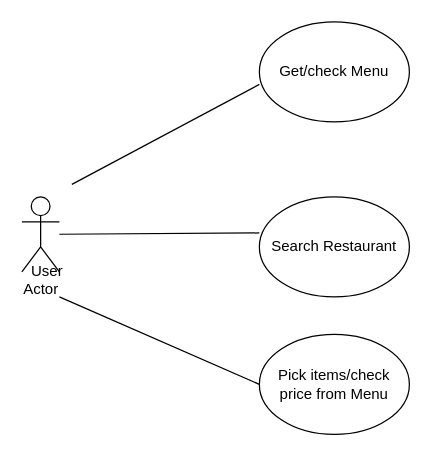
Before: Untitled Diagram.drawio in kushalsampath/Projet1, a draw.io diagram. Source tidied: cells renumbered, new cells numbered last; positions are measured from the earlier drawing's top-left corner, leaving out a move shared by most shapes. Both pictures are drawn from the tidied source at 125%, with x=0, y=0 at pixel (21, 21).
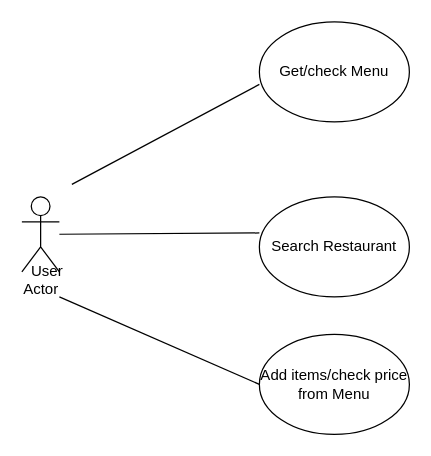
Above is the later version.

Commit message (it also covers changes not shown here):
Use case Diagram.drawio

The edit, as a diff of the source:
```diff
@@
 <mxGraphModel>
   <root>
     <mxCell id="0" />
     <mxCell id="1" parent="0" />
     <mxCell id="2" value="Search Restaurant" style="ellipse;whiteSpace=wrap;html=1;" parent="1" vertex="1">
       <mxGeometry x="190" y="140" width="120" height="80" as="geometry" />
     </mxCell>
     <mxCell id="3" value="Get/check Menu" style="ellipse;whiteSpace=wrap;html=1;" parent="1" vertex="1">
       <mxGeometry x="190" width="120" height="80" as="geometry" />
     </mxCell>
-    <mxCell id="4" value="Pick items/check price from Menu" style="ellipse;whiteSpace=wrap;html=1;" parent="1" vertex="1">
+    <mxCell id="4" value="Add items/check price from Menu" style="ellipse;whiteSpace=wrap;html=1;" parent="1" vertex="1">
       <mxGeometry x="190" y="250" width="120" height="80" as="geometry" />
     </mxCell>
     <mxCell id="5" value="Actor" style="shape=umlActor;verticalLabelPosition=bottom;verticalAlign=top;html=1;outlineConnect=0;" parent="1" vertex="1">
       <mxGeometry y="140" width="30" height="60" as="geometry" />
     </mxCell>
     <mxCell id="6" value="User&lt;br&gt;" style="text;html=1;align=center;verticalAlign=middle;strokeColor=none;" parent="1" vertex="1">
       <mxGeometry y="190" width="40" height="20" as="geometry" />
     </mxCell>
     <mxCell id="7" style="endArrow=none;html=1;entryX=0;entryY=0.625;entryDx=0;entryDy=0;entryPerimeter=0;" parent="1" edge="1" target="3">
       <mxGeometry relative="1" as="geometry">
         <mxPoint x="40" y="130" as="sourcePoint" />
       </mxGeometry>
     </mxCell>
     <mxCell id="8" style="endArrow=none;html=1;entryX=0;entryY=0.361;entryDx=0;entryDy=0;entryPerimeter=0;" parent="1" edge="1" source="5" target="2">
       <mxGeometry relative="1" as="geometry" />
     </mxCell>
     <mxCell id="9" style="endArrow=none;html=1;entryX=0;entryY=0.5;entryDx=0;entryDy=0;" parent="1" edge="1" target="4">
       <mxGeometry relative="1" as="geometry">
         <mxPoint x="30" y="220" as="sourcePoint" />
       </mxGeometry>
     </mxCell>
   </root>
 </mxGraphModel>
```
